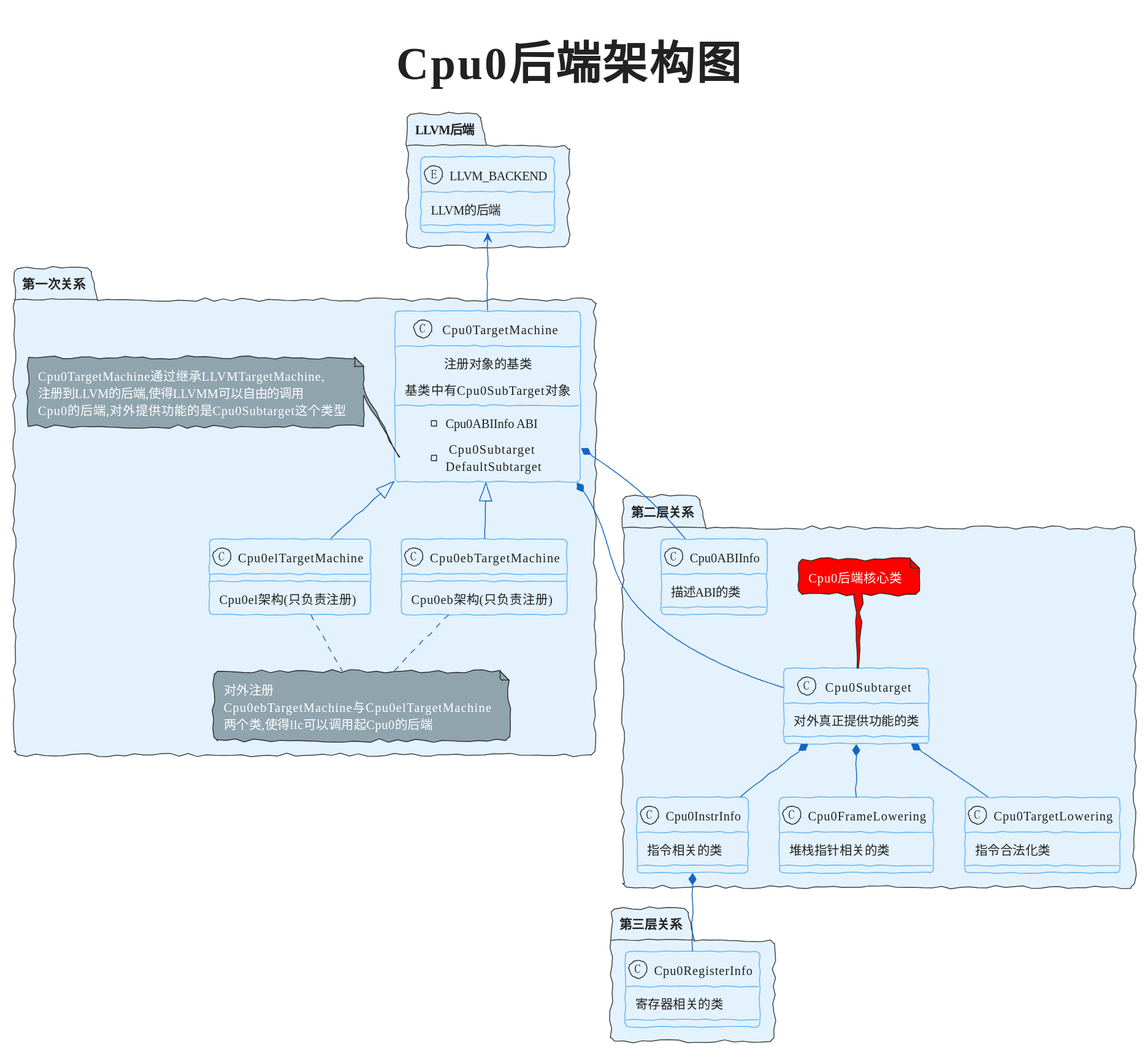
This is Summary/out/plantuml/Cpu0_arch/Cpu0_arch.svg from Jayson-du/cpu0_backend, a PlantUML export, as it was before one commit.
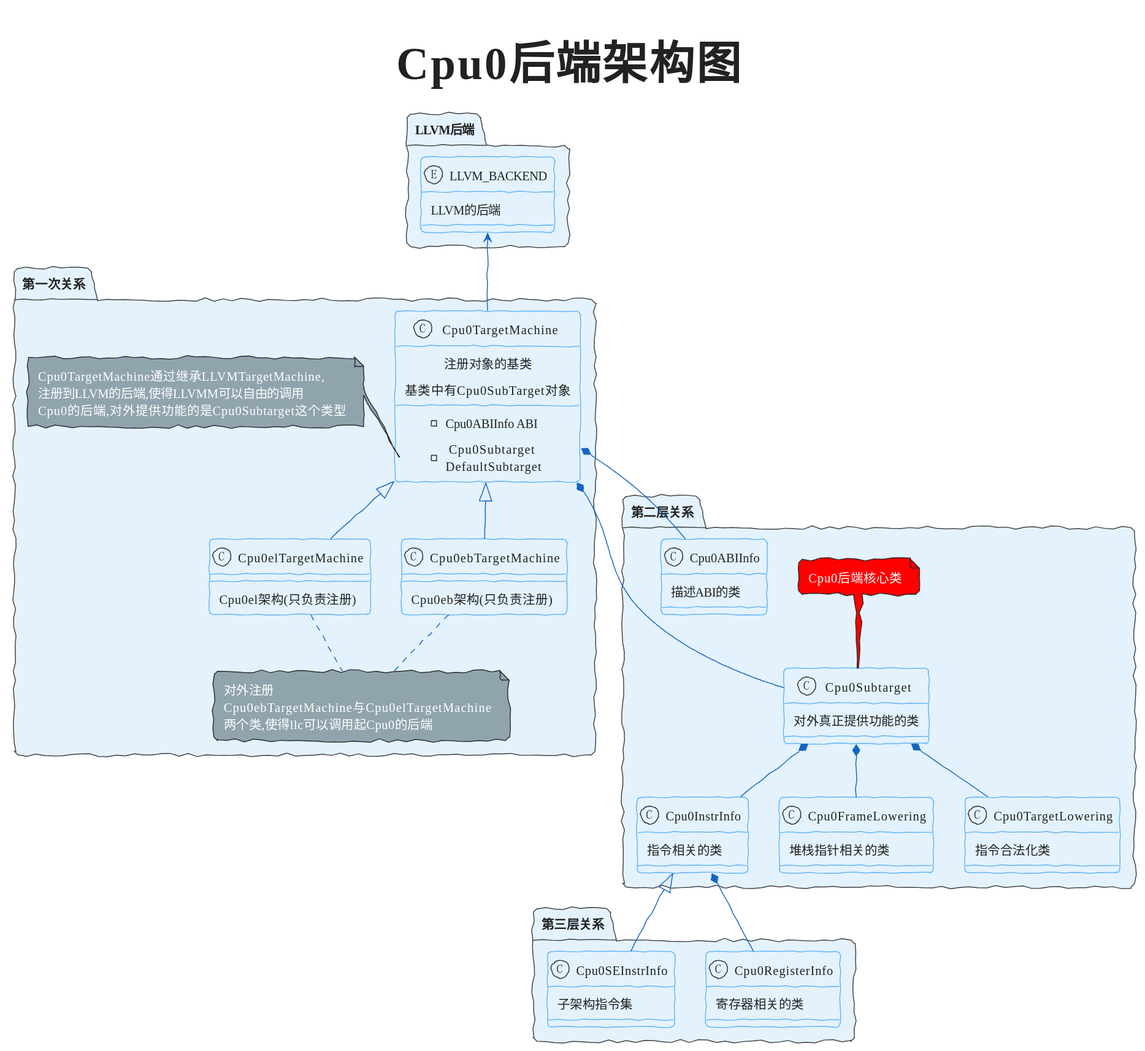
After the change.

Commit message:
build: learning Cpu0InstrInfo

The edit, as a diff of the source:
```diff
@@ -90,6 +90,11 @@
         寄存器相关的类
     }
 
+    class Cpu0SEInstrInfo {
+        子架构指令集
+    }
+
     Cpu0RegisterInfo                    -up-*               Cpu0InstrInfo
+    Cpu0SEInstrInfo                     -up-|>          Cpu0InstrInfo
 }
 @enduml
```
